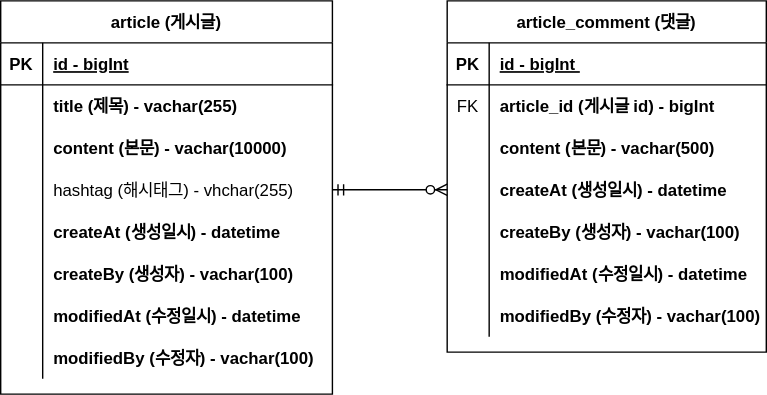
goodbyeyo/jpa-springboot keeps this draw.io diagram as board/document/board-erd.svg. Above is the earlier version. Source tidied: cells renumbered, new cells last; positions are measured from the earlier drawing's top-left corner, leaving out a move shared by most shapes.
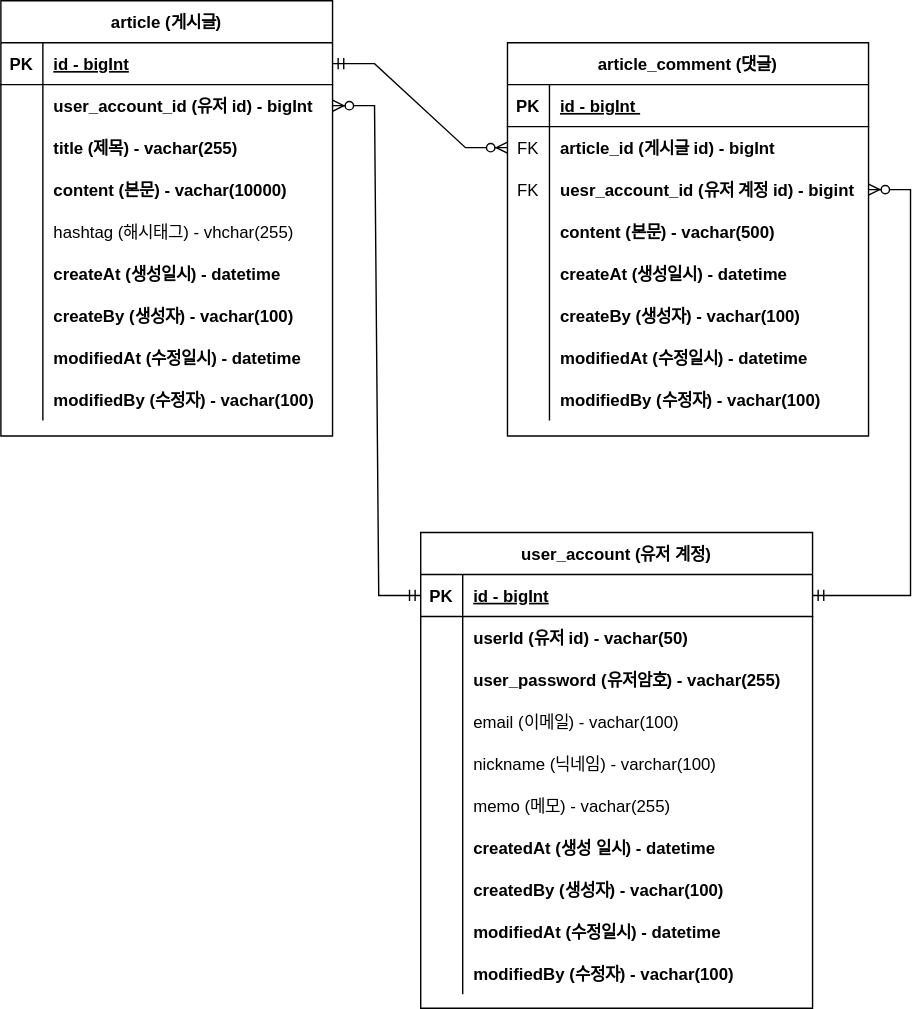
Above is the later version.

Commit message:
#20 - ERD 업데이트 user_account 추가

The edit, as a diff of the source:
```diff
@@ -3,7 +3,7 @@
     <mxCell id="0" />
     <mxCell id="1" parent="0" />
     <mxCell id="2" value="article (게시글)" style="shape=table;startSize=30;rowLines=0;fontStyle=1;align=center;" parent="1" vertex="1">
-      <mxGeometry width="237" height="281" as="geometry" />
+      <mxGeometry x="-43" y="-20" width="237" height="311" as="geometry" />
     </mxCell>
     <mxCell id="3" style="shape=partialRectangle;fillColor=none;points=[[0,0.5],[1,0.5]];portConstraint=eastwest;top=0;left=0;right=0;bottom=1;" parent="2" vertex="1">
       <mxGeometry y="30" width="237" height="30" as="geometry" />
@@ -20,11 +20,20 @@
     <mxCell id="7" style="shape=partialRectangle;overflow=hidden;fillColor=none;top=0;left=0;bottom=0;right=0;" parent="6" vertex="1">
       <mxGeometry width="30" height="30" as="geometry" />
     </mxCell>
-    <mxCell id="8" value="title (제목) - vachar(255)" style="shape=partialRectangle;overflow=hidden;fillColor=none;top=0;left=0;bottom=0;right=0;align=left;spacingLeft=6;fontStyle=1;" parent="6" vertex="1">
+    <mxCell id="8" value="user_account_id (유저 id) - bigInt" style="shape=partialRectangle;overflow=hidden;fillColor=none;top=0;left=0;bottom=0;right=0;align=left;spacingLeft=6;fontStyle=1;" parent="6" vertex="1">
       <mxGeometry x="30" width="207" height="30" as="geometry" />
     </mxCell>
+    <mxCell id="50" style="shape=partialRectangle;fillColor=none;top=0;left=0;right=0;bottom=0;" parent="2" vertex="1">
+      <mxGeometry y="90" width="237" height="30" as="geometry" />
+    </mxCell>
+    <mxCell id="51" style="shape=partialRectangle;overflow=hidden;fillColor=none;top=0;left=0;bottom=0;right=0;" parent="50" vertex="1">
+      <mxGeometry width="30" height="30" as="geometry" />
+    </mxCell>
+    <mxCell id="52" value="title (제목) - vachar(255)" style="shape=partialRectangle;overflow=hidden;fillColor=none;top=0;left=0;bottom=0;right=0;align=left;spacingLeft=6;fontStyle=1;" parent="50" vertex="1">
+      <mxGeometry x="30" width="207" height="30" as="geometry" />
+    </mxCell>
     <mxCell id="9" style="shape=partialRectangle;fillColor=none;top=0;left=0;right=0;bottom=0;" parent="2" vertex="1">
-      <mxGeometry y="90" width="237" height="30" as="geometry" />
+      <mxGeometry y="120" width="237" height="30" as="geometry" />
     </mxCell>
     <mxCell id="10" style="shape=partialRectangle;overflow=hidden;fillColor=none;top=0;left=0;bottom=0;right=0;" parent="9" vertex="1">
       <mxGeometry width="30" height="30" as="geometry" />
@@ -33,7 +42,7 @@
       <mxGeometry x="30" width="207" height="30" as="geometry" />
     </mxCell>
     <mxCell id="12" style="shape=partialRectangle;fillColor=none;points=[[0,0.5],[1,0.5]];portConstraint=eastwest;top=0;left=0;right=0;bottom=0;" parent="2" vertex="1">
-      <mxGeometry y="120" width="237" height="30" as="geometry" />
+      <mxGeometry y="150" width="237" height="30" as="geometry" />
     </mxCell>
     <mxCell id="13" style="shape=partialRectangle;overflow=hidden;fillColor=none;top=0;left=0;bottom=0;right=0;" parent="12" vertex="1">
       <mxGeometry width="30" height="30" as="geometry" />
@@ -42,7 +51,7 @@
       <mxGeometry x="30" width="207" height="30" as="geometry" />
     </mxCell>
     <mxCell id="15" style="shape=partialRectangle;fillColor=none;top=0;left=0;right=0;bottom=0;" parent="2" vertex="1">
-      <mxGeometry y="150" width="237" height="30" as="geometry" />
+      <mxGeometry y="180" width="237" height="30" as="geometry" />
     </mxCell>
     <mxCell id="16" style="shape=partialRectangle;overflow=hidden;fillColor=none;top=0;left=0;bottom=0;right=0;" parent="15" vertex="1">
       <mxGeometry width="30" height="30" as="geometry" />
@@ -51,7 +60,7 @@
       <mxGeometry x="30" width="207" height="30" as="geometry" />
     </mxCell>
     <mxCell id="18" style="shape=partialRectangle;fillColor=none;top=0;left=0;right=0;bottom=0;" parent="2" vertex="1">
-      <mxGeometry y="180" width="237" height="30" as="geometry" />
+      <mxGeometry y="210" width="237" height="30" as="geometry" />
     </mxCell>
     <mxCell id="19" style="shape=partialRectangle;overflow=hidden;fillColor=none;top=0;left=0;bottom=0;right=0;" parent="18" vertex="1">
       <mxGeometry width="30" height="30" as="geometry" />
@@ -60,7 +69,7 @@
       <mxGeometry x="30" width="207" height="30" as="geometry" />
     </mxCell>
     <mxCell id="21" style="shape=partialRectangle;fillColor=none;top=0;left=0;right=0;bottom=0;" parent="2" vertex="1">
-      <mxGeometry y="210" width="237" height="30" as="geometry" />
+      <mxGeometry y="240" width="237" height="30" as="geometry" />
     </mxCell>
     <mxCell id="22" style="shape=partialRectangle;overflow=hidden;fillColor=none;top=0;left=0;bottom=0;right=0;" parent="21" vertex="1">
       <mxGeometry width="30" height="30" as="geometry" />
@@ -69,7 +78,7 @@
       <mxGeometry x="30" width="207" height="30" as="geometry" />
     </mxCell>
     <mxCell id="24" style="shape=partialRectangle;fillColor=none;top=0;left=0;right=0;bottom=0;" parent="2" vertex="1">
-      <mxGeometry y="240" width="237" height="30" as="geometry" />
+      <mxGeometry y="270" width="237" height="30" as="geometry" />
     </mxCell>
     <mxCell id="25" style="shape=partialRectangle;overflow=hidden;fillColor=none;top=0;left=0;bottom=0;right=0;" parent="24" vertex="1">
       <mxGeometry width="30" height="30" as="geometry" />
@@ -78,73 +87,181 @@
       <mxGeometry x="30" width="207" height="30" as="geometry" />
     </mxCell>
     <mxCell id="27" value="article_comment (댓글)" style="shape=table;startSize=30;rowLines=0;fontStyle=1;align=center;" parent="1" vertex="1">
-      <mxGeometry x="319" width="228" height="251" as="geometry" />
+      <mxGeometry x="319" y="10" width="258" height="281" as="geometry" />
     </mxCell>
     <mxCell id="28" style="shape=partialRectangle;fillColor=none;top=0;left=0;right=0;bottom=1;" parent="27" vertex="1">
-      <mxGeometry y="30" width="228" height="30" as="geometry" />
+      <mxGeometry y="30" width="258" height="30" as="geometry" />
     </mxCell>
     <mxCell id="29" value="PK" style="shape=partialRectangle;overflow=hidden;fillColor=none;top=0;left=0;bottom=0;right=0;fontStyle=1;" parent="28" vertex="1">
       <mxGeometry width="30" height="30" as="geometry" />
     </mxCell>
     <mxCell id="30" value="id - bigInt " style="shape=partialRectangle;overflow=hidden;fillColor=none;top=0;left=0;bottom=0;right=0;align=left;spacingLeft=6;fontStyle=5;" parent="28" vertex="1">
-      <mxGeometry x="30" width="198" height="30" as="geometry" />
+      <mxGeometry x="30" width="228" height="30" as="geometry" />
     </mxCell>
     <mxCell id="31" style="shape=partialRectangle;fillColor=none;points=[[0,0.5],[1,0.5]];portConstraint=eastwest;top=0;left=0;right=0;bottom=0;" parent="27" vertex="1">
-      <mxGeometry y="60" width="228" height="30" as="geometry" />
+      <mxGeometry y="60" width="258" height="30" as="geometry" />
     </mxCell>
     <mxCell id="32" value="FK" style="shape=partialRectangle;overflow=hidden;fillColor=none;top=0;left=0;bottom=0;right=0;" parent="31" vertex="1">
       <mxGeometry width="30" height="30" as="geometry" />
     </mxCell>
     <mxCell id="33" value="article_id (게시글 id) - bigInt" style="shape=partialRectangle;overflow=hidden;fillColor=none;top=0;left=0;bottom=0;right=0;align=left;spacingLeft=6;fontStyle=1;" parent="31" vertex="1">
-      <mxGeometry x="30" width="198" height="30" as="geometry" />
+      <mxGeometry x="30" width="228" height="30" as="geometry" />
     </mxCell>
+    <mxCell id="53" style="shape=partialRectangle;fillColor=none;points=[[0,0.5],[1,0.5]];portConstraint=eastwest;top=0;left=0;right=0;bottom=0;" parent="27" vertex="1">
+      <mxGeometry y="90" width="258" height="30" as="geometry" />
+    </mxCell>
+    <mxCell id="54" value="FK" style="shape=partialRectangle;overflow=hidden;fillColor=none;top=0;left=0;bottom=0;right=0;" parent="53" vertex="1">
+      <mxGeometry width="30" height="30" as="geometry" />
+    </mxCell>
+    <mxCell id="55" value="uesr_account_id (유저 계정 id) - bigint" style="shape=partialRectangle;overflow=hidden;fillColor=none;top=0;left=0;bottom=0;right=0;align=left;spacingLeft=6;fontStyle=1;" parent="53" vertex="1">
+      <mxGeometry x="30" width="228" height="30" as="geometry" />
+    </mxCell>
     <mxCell id="34" style="shape=partialRectangle;fillColor=none;top=0;left=0;right=0;bottom=0;" parent="27" vertex="1">
-      <mxGeometry y="90" width="228" height="30" as="geometry" />
+      <mxGeometry y="120" width="258" height="30" as="geometry" />
     </mxCell>
     <mxCell id="35" style="shape=partialRectangle;overflow=hidden;fillColor=none;top=0;left=0;bottom=0;right=0;" parent="34" vertex="1">
       <mxGeometry width="30" height="30" as="geometry" />
     </mxCell>
     <mxCell id="36" value="content (본문) - vachar(500)" style="shape=partialRectangle;overflow=hidden;fillColor=none;top=0;left=0;bottom=0;right=0;align=left;spacingLeft=6;fontStyle=1;" parent="34" vertex="1">
-      <mxGeometry x="30" width="198" height="30" as="geometry" />
+      <mxGeometry x="30" width="228" height="30" as="geometry" />
     </mxCell>
     <mxCell id="37" style="shape=partialRectangle;fillColor=none;points=[[0,0.5],[1,0.5]];portConstraint=eastwest;top=0;left=0;right=0;bottom=0;" parent="27" vertex="1">
-      <mxGeometry y="120" width="228" height="30" as="geometry" />
+      <mxGeometry y="150" width="258" height="30" as="geometry" />
     </mxCell>
     <mxCell id="38" style="shape=partialRectangle;overflow=hidden;fillColor=none;top=0;left=0;bottom=0;right=0;" parent="37" vertex="1">
       <mxGeometry width="30" height="30" as="geometry" />
     </mxCell>
     <mxCell id="39" value="createAt (생성일시) - datetime" style="shape=partialRectangle;overflow=hidden;fillColor=none;top=0;left=0;bottom=0;right=0;align=left;spacingLeft=6;fontStyle=1;" parent="37" vertex="1">
-      <mxGeometry x="30" width="198" height="30" as="geometry" />
+      <mxGeometry x="30" width="228" height="30" as="geometry" />
     </mxCell>
     <mxCell id="40" style="shape=partialRectangle;fillColor=none;top=0;left=0;right=0;bottom=0;" parent="27" vertex="1">
-      <mxGeometry y="150" width="228" height="30" as="geometry" />
+      <mxGeometry y="180" width="258" height="30" as="geometry" />
     </mxCell>
     <mxCell id="41" style="shape=partialRectangle;overflow=hidden;fillColor=none;top=0;left=0;bottom=0;right=0;" parent="40" vertex="1">
       <mxGeometry width="30" height="30" as="geometry" />
     </mxCell>
     <mxCell id="42" value="createBy (생성자) - vachar(100)" style="shape=partialRectangle;overflow=hidden;fillColor=none;top=0;left=0;bottom=0;right=0;align=left;spacingLeft=6;fontStyle=1;" parent="40" vertex="1">
-      <mxGeometry x="30" width="198" height="30" as="geometry" />
+      <mxGeometry x="30" width="228" height="30" as="geometry" />
     </mxCell>
     <mxCell id="43" style="shape=partialRectangle;fillColor=none;top=0;left=0;right=0;bottom=0;" parent="27" vertex="1">
-      <mxGeometry y="180" width="228" height="30" as="geometry" />
+      <mxGeometry y="210" width="258" height="30" as="geometry" />
     </mxCell>
     <mxCell id="44" style="shape=partialRectangle;overflow=hidden;fillColor=none;top=0;left=0;bottom=0;right=0;" parent="43" vertex="1">
       <mxGeometry width="30" height="30" as="geometry" />
     </mxCell>
     <mxCell id="45" value="modifiedAt (수정일시) - datetime" style="shape=partialRectangle;overflow=hidden;fillColor=none;top=0;left=0;bottom=0;right=0;align=left;spacingLeft=6;fontStyle=1;" parent="43" vertex="1">
-      <mxGeometry x="30" width="198" height="30" as="geometry" />
+      <mxGeometry x="30" width="228" height="30" as="geometry" />
     </mxCell>
     <mxCell id="46" style="shape=partialRectangle;fillColor=none;top=0;left=0;right=0;bottom=0;" parent="27" vertex="1">
-      <mxGeometry y="210" width="228" height="30" as="geometry" />
+      <mxGeometry y="240" width="258" height="30" as="geometry" />
     </mxCell>
     <mxCell id="47" style="shape=partialRectangle;overflow=hidden;fillColor=none;top=0;left=0;bottom=0;right=0;" parent="46" vertex="1">
       <mxGeometry width="30" height="30" as="geometry" />
     </mxCell>
     <mxCell id="48" value="modifiedBy (수정자) - vachar(100)" style="shape=partialRectangle;overflow=hidden;fillColor=none;top=0;left=0;bottom=0;right=0;align=left;spacingLeft=6;fontStyle=1;" parent="46" vertex="1">
-      <mxGeometry x="30" width="198" height="30" as="geometry" />
+      <mxGeometry x="30" width="228" height="30" as="geometry" />
     </mxCell>
-    <mxCell id="49" style="edgeStyle=entityRelationEdgeStyle;fontSize=12;html=1;endArrow=ERzeroToMany;startArrow=ERmandOne;rounded=0;exitX=1;exitY=0.5;exitDx=0;exitDy=0;entryX=0;entryY=0.5;entryDx=0;entryDy=0;" parent="1" edge="1" source="12" target="37">
+    <mxCell id="49" style="edgeStyle=entityRelationEdgeStyle;fontSize=12;html=1;endArrow=ERzeroToMany;startArrow=ERmandOne;rounded=0;exitX=1;exitY=0.5;exitDx=0;exitDy=0;" parent="1" edge="1" source="3" target="31">
       <mxGeometry relative="1" as="geometry" />
     </mxCell>
+    <mxCell id="56" value="user_account (유저 계정)" style="shape=table;startSize=30;rowLines=0;fontStyle=1;align=center;" parent="1" vertex="1">
+      <mxGeometry x="257" y="360" width="280" height="340" as="geometry" />
+    </mxCell>
+    <mxCell id="57" style="shape=partialRectangle;fillColor=none;points=[[0,0.5],[1,0.5]];portConstraint=eastwest;top=0;left=0;right=0;bottom=1;" parent="56" vertex="1">
+      <mxGeometry y="30" width="280" height="30" as="geometry" />
+    </mxCell>
+    <mxCell id="58" value="PK" style="shape=partialRectangle;overflow=hidden;fillColor=none;top=0;left=0;bottom=0;right=0;fontStyle=1;" parent="57" vertex="1">
+      <mxGeometry width="30" height="30" as="geometry" />
+    </mxCell>
+    <mxCell id="59" value="id - bigInt" style="shape=partialRectangle;overflow=hidden;fillColor=none;top=0;left=0;bottom=0;right=0;align=left;spacingLeft=6;fontStyle=5;" parent="57" vertex="1">
+      <mxGeometry x="30" width="250" height="30" as="geometry" />
+    </mxCell>
+    <mxCell id="60" style="shape=partialRectangle;fillColor=none;top=0;left=0;right=0;bottom=0;" parent="56" vertex="1">
+      <mxGeometry y="60" width="280" height="30" as="geometry" />
+    </mxCell>
+    <mxCell id="61" style="shape=partialRectangle;overflow=hidden;fillColor=none;top=0;left=0;bottom=0;right=0;" parent="60" vertex="1">
+      <mxGeometry width="30" height="30" as="geometry" />
+    </mxCell>
+    <mxCell id="62" value="userId (유저 id) - vachar(50)" style="shape=partialRectangle;overflow=hidden;fillColor=none;top=0;left=0;bottom=0;right=0;align=left;spacingLeft=6;fontStyle=1;" parent="60" vertex="1">
+      <mxGeometry x="30" width="250" height="30" as="geometry" />
+    </mxCell>
+    <mxCell id="63" style="shape=partialRectangle;fillColor=none;top=0;left=0;right=0;bottom=0;" parent="56" vertex="1">
+      <mxGeometry y="90" width="280" height="30" as="geometry" />
+    </mxCell>
+    <mxCell id="64" style="shape=partialRectangle;overflow=hidden;fillColor=none;top=0;left=0;bottom=0;right=0;" parent="63" vertex="1">
+      <mxGeometry width="30" height="30" as="geometry" />
+    </mxCell>
+    <mxCell id="65" value="user_password (유저암호) - vachar(255)" style="shape=partialRectangle;overflow=hidden;fillColor=none;top=0;left=0;bottom=0;right=0;align=left;spacingLeft=6;fontStyle=1;" parent="63" vertex="1">
+      <mxGeometry x="30" width="250" height="30" as="geometry" />
+    </mxCell>
+    <mxCell id="66" style="shape=partialRectangle;fillColor=none;top=0;left=0;right=0;bottom=0;" parent="56" vertex="1">
+      <mxGeometry y="120" width="280" height="30" as="geometry" />
+    </mxCell>
+    <mxCell id="67" style="shape=partialRectangle;overflow=hidden;fillColor=none;top=0;left=0;bottom=0;right=0;" parent="66" vertex="1">
+      <mxGeometry width="30" height="30" as="geometry" />
+    </mxCell>
+    <mxCell id="68" value="email (이메일) - vachar(100)" style="shape=partialRectangle;overflow=hidden;fillColor=none;top=0;left=0;bottom=0;right=0;align=left;spacingLeft=6;fontStyle=0;" parent="66" vertex="1">
+      <mxGeometry x="30" width="250" height="30" as="geometry" />
+    </mxCell>
+    <mxCell id="69" style="shape=partialRectangle;fillColor=none;top=0;left=0;right=0;bottom=0;" parent="56" vertex="1">
+      <mxGeometry y="150" width="280" height="30" as="geometry" />
+    </mxCell>
+    <mxCell id="70" style="shape=partialRectangle;overflow=hidden;fillColor=none;top=0;left=0;bottom=0;right=0;" parent="69" vertex="1">
+      <mxGeometry width="30" height="30" as="geometry" />
+    </mxCell>
+    <mxCell id="71" value="nickname (닉네임) - varchar(100)" style="shape=partialRectangle;overflow=hidden;fillColor=none;top=0;left=0;bottom=0;right=0;align=left;spacingLeft=6;fontStyle=0;" parent="69" vertex="1">
+      <mxGeometry x="30" width="250" height="30" as="geometry" />
+    </mxCell>
+    <mxCell id="72" style="shape=partialRectangle;fillColor=none;top=0;left=0;right=0;bottom=0;fontStyle=0;" parent="56" vertex="1">
+      <mxGeometry y="180" width="280" height="30" as="geometry" />
+    </mxCell>
+    <mxCell id="73" style="shape=partialRectangle;overflow=hidden;fillColor=none;top=0;left=0;bottom=0;right=0;" parent="72" vertex="1">
+      <mxGeometry width="30" height="30" as="geometry" />
+    </mxCell>
+    <mxCell id="74" value="memo (메모) - vachar(255)" style="shape=partialRectangle;overflow=hidden;fillColor=none;top=0;left=0;bottom=0;right=0;align=left;spacingLeft=6;fontStyle=0;" parent="72" vertex="1">
+      <mxGeometry x="30" width="250" height="30" as="geometry" />
+    </mxCell>
+    <mxCell id="75" style="shape=partialRectangle;fillColor=none;top=0;left=0;right=0;bottom=0;" parent="56" vertex="1">
+      <mxGeometry y="210" width="280" height="30" as="geometry" />
+    </mxCell>
+    <mxCell id="76" style="shape=partialRectangle;overflow=hidden;fillColor=none;top=0;left=0;bottom=0;right=0;" parent="75" vertex="1">
+      <mxGeometry width="30" height="30" as="geometry" />
+    </mxCell>
+    <mxCell id="77" value="createdAt (생성 일시) - datetime" style="shape=partialRectangle;overflow=hidden;fillColor=none;top=0;left=0;bottom=0;right=0;align=left;spacingLeft=6;fontStyle=1;" parent="75" vertex="1">
+      <mxGeometry x="30" width="250" height="30" as="geometry" />
+    </mxCell>
+    <mxCell id="78" style="shape=partialRectangle;fillColor=none;top=0;left=0;right=0;bottom=0;" parent="56" vertex="1">
+      <mxGeometry y="240" width="280" height="30" as="geometry" />
+    </mxCell>
+    <mxCell id="79" value="                " style="shape=partialRectangle;overflow=hidden;fillColor=none;top=0;left=0;bottom=0;right=0;" parent="78" vertex="1">
+      <mxGeometry width="30" height="30" as="geometry" />
+    </mxCell>
+    <mxCell id="80" value="createdBy (생성자) - vachar(100)" style="shape=partialRectangle;overflow=hidden;fillColor=none;top=0;left=0;bottom=0;right=0;align=left;spacingLeft=6;fontStyle=1;" parent="78" vertex="1">
+      <mxGeometry x="30" width="250" height="30" as="geometry" />
+    </mxCell>
+    <mxCell id="81" style="shape=partialRectangle;fillColor=none;top=0;left=0;right=0;bottom=0;" parent="56" vertex="1">
+      <mxGeometry y="270" width="280" height="30" as="geometry" />
+    </mxCell>
+    <mxCell id="82" value="                " style="shape=partialRectangle;overflow=hidden;fillColor=none;top=0;left=0;bottom=0;right=0;" parent="81" vertex="1">
+      <mxGeometry width="30" height="30" as="geometry" />
+    </mxCell>
+    <mxCell id="83" value="modifiedAt (수정일시) - datetime" style="shape=partialRectangle;overflow=hidden;fillColor=none;top=0;left=0;bottom=0;right=0;align=left;spacingLeft=6;fontStyle=1;" parent="81" vertex="1">
+      <mxGeometry x="30" width="250" height="30" as="geometry" />
+    </mxCell>
+    <mxCell id="84" style="shape=partialRectangle;fillColor=none;top=0;left=0;right=0;bottom=0;" parent="56" vertex="1">
+      <mxGeometry y="300" width="280" height="30" as="geometry" />
+    </mxCell>
+    <mxCell id="85" value="                " style="shape=partialRectangle;overflow=hidden;fillColor=none;top=0;left=0;bottom=0;right=0;" parent="84" vertex="1">
+      <mxGeometry width="30" height="30" as="geometry" />
+    </mxCell>
+    <mxCell id="86" value="modifiedBy (수정자) - vachar(100)" style="shape=partialRectangle;overflow=hidden;fillColor=none;top=0;left=0;bottom=0;right=0;align=left;spacingLeft=6;fontStyle=1;" parent="84" vertex="1">
+      <mxGeometry x="30" width="250" height="30" as="geometry" />
+    </mxCell>
+    <mxCell id="87" style="edgeStyle=entityRelationEdgeStyle;fontSize=12;html=1;endArrow=ERzeroToMany;startArrow=ERmandOne;rounded=0;entryX=1;entryY=0.5;entryDx=0;entryDy=0;exitX=0;exitY=0.5;exitDx=0;exitDy=0;" parent="1" edge="1" source="57" target="6">
+      <mxGeometry relative="1" as="geometry" />
+    </mxCell>
+    <mxCell id="88" style="edgeStyle=entityRelationEdgeStyle;fontSize=12;html=1;endArrow=ERzeroToMany;startArrow=ERmandOne;rounded=0;exitX=1;exitY=0.5;exitDx=0;exitDy=0;" parent="1" edge="1" source="57" target="53">
+      <mxGeometry relative="1" as="geometry" />
+    </mxCell>
   </root>
 </mxGraphModel>
```
